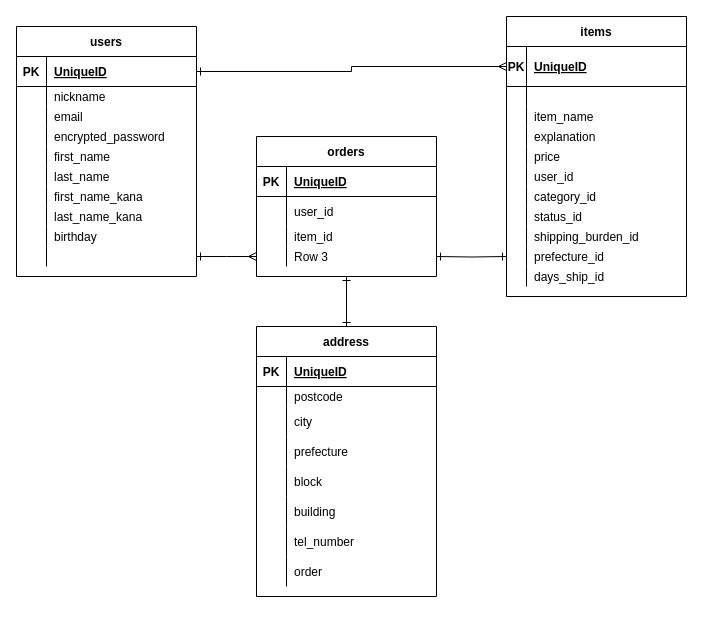
Earlier version of the draw.io diagram furima.dio (tatsuro-mizogami/furima-36570). Source tidied: cells renumbered, new cells numbered last; positions are measured from the earlier drawing's top-left corner, leaving out a move shared by most shapes. Both pictures are drawn from the tidied source at 100%, with x=0, y=0 at pixel (16, 16).
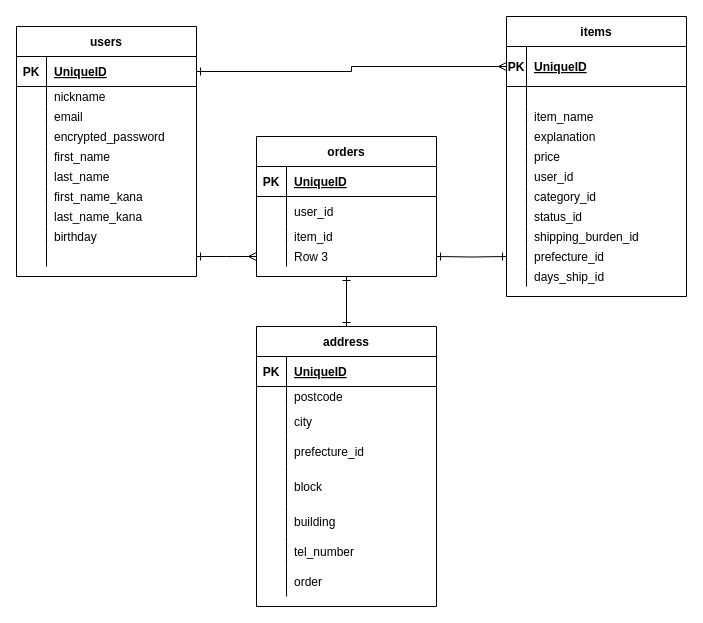
After the change.

Commit message (it also covers changes not shown here):
テーブル設計（修正）

The change refers to these unchanged cells:
```xml
<mxCell id="77" style="shape=partialRectangle;fillColor=none;top=0;left=0;bottom=0;right=0;" parent="67" vertex="1">
  <mxGeometry y="110" width="180" height="30" as="geometry" />
</mxCell>
```

Diff of the diagram source:
```diff
@@
     <mxCell id="67" value="address" style="shape=table;startSize=30;childLayout=tableLayout;rowLines=0;fontStyle=1;align=center;" parent="1" vertex="1">
-      <mxGeometry x="240" y="310" width="180" height="270" as="geometry" />
+      <mxGeometry x="240" y="310" width="180" height="280" as="geometry" />
     </mxCell>
@@
-    <mxCell id="79" value="prefecture" style="shape=partialRectangle;fillColor=none;top=0;left=0;bottom=0;right=0;align=left;spacingLeft=6;overflow=hidden;" parent="77" vertex="1">
+    <mxCell id="79" value="prefecture_id" style="shape=partialRectangle;fillColor=none;top=0;left=0;bottom=0;right=0;align=left;spacingLeft=6;overflow=hidden;" parent="77" vertex="1">
       <mxGeometry x="30" width="150" height="30" as="geometry" />
     </mxCell>
     <mxCell id="80" style="shape=partialRectangle;fillColor=none;top=0;left=0;bottom=0;right=0;" parent="67" vertex="1">
-      <mxGeometry y="140" width="180" height="30" as="geometry" />
+      <mxGeometry y="140" width="180" height="40" as="geometry" />
     </mxCell>
     <mxCell id="81" style="shape=partialRectangle;fillColor=none;top=0;left=0;bottom=0;right=0;overflow=hidden;" parent="80" vertex="1">
-      <mxGeometry width="30" height="30" as="geometry" />
+      <mxGeometry width="30" height="40" as="geometry" />
     </mxCell>
     <mxCell id="82" value="block" style="shape=partialRectangle;fillColor=none;top=0;left=0;bottom=0;right=0;align=left;spacingLeft=6;overflow=hidden;" parent="80" vertex="1">
-      <mxGeometry x="30" width="150" height="30" as="geometry" />
+      <mxGeometry x="30" width="150" height="40" as="geometry" />
     </mxCell>
     <mxCell id="83" style="shape=partialRectangle;fillColor=none;top=0;left=0;bottom=0;right=0;" parent="67" vertex="1">
-      <mxGeometry y="170" width="180" height="30" as="geometry" />
+      <mxGeometry y="180" width="180" height="30" as="geometry" />
     </mxCell>
@@
     <mxCell id="86" style="shape=partialRectangle;fillColor=none;top=0;left=0;bottom=0;right=0;" parent="67" vertex="1">
-      <mxGeometry y="200" width="180" height="30" as="geometry" />
+      <mxGeometry y="210" width="180" height="30" as="geometry" />
     </mxCell>
@@
     <mxCell id="89" style="shape=partialRectangle;fillColor=none;top=0;left=0;bottom=0;right=0;" parent="67" vertex="1">
-      <mxGeometry y="230" width="180" height="30" as="geometry" />
+      <mxGeometry y="240" width="180" height="30" as="geometry" />
     </mxCell>
```
